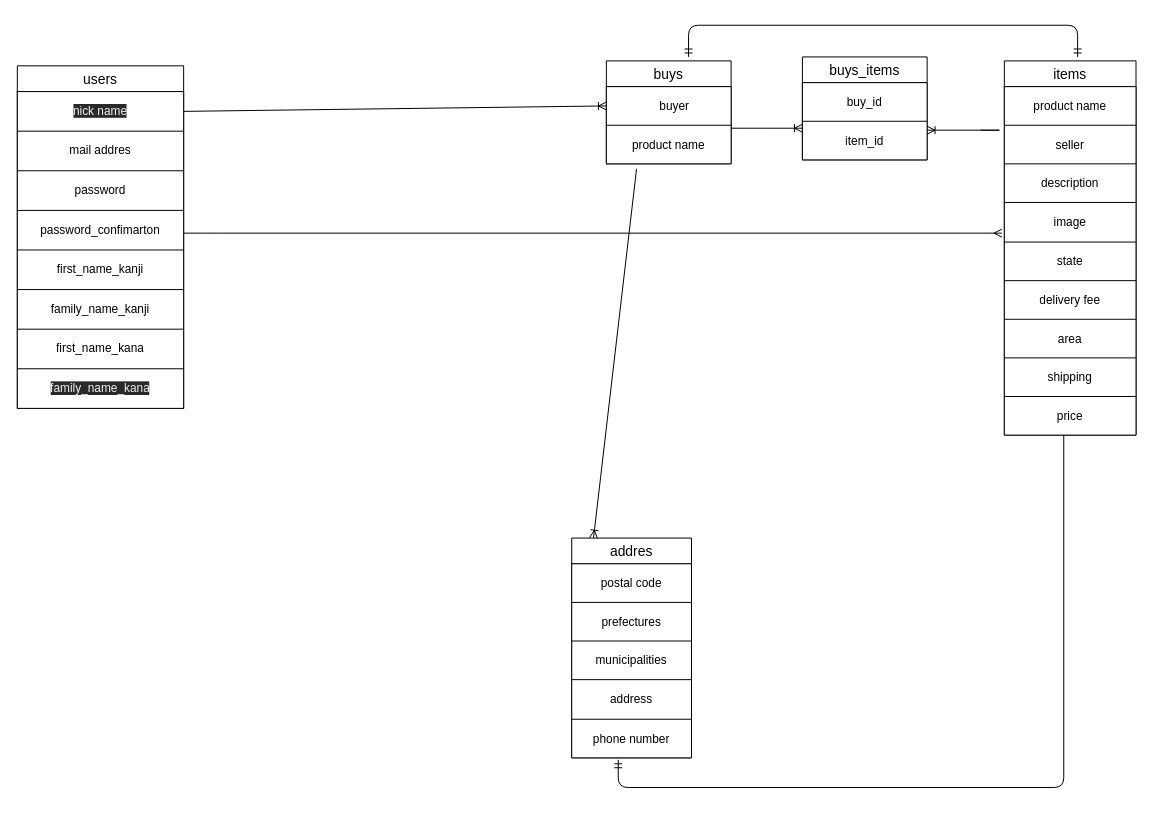
The draw.io diagram db.dio in Toya32/furima-31907, before the edit. Source tidied: cells renumbered, new cells numbered last; positions are measured from the earlier drawing's top-left corner, leaving out a move shared by most shapes. Both pictures are drawn from the tidied source at 99%, with x=0, y=0 at pixel (17, 25).
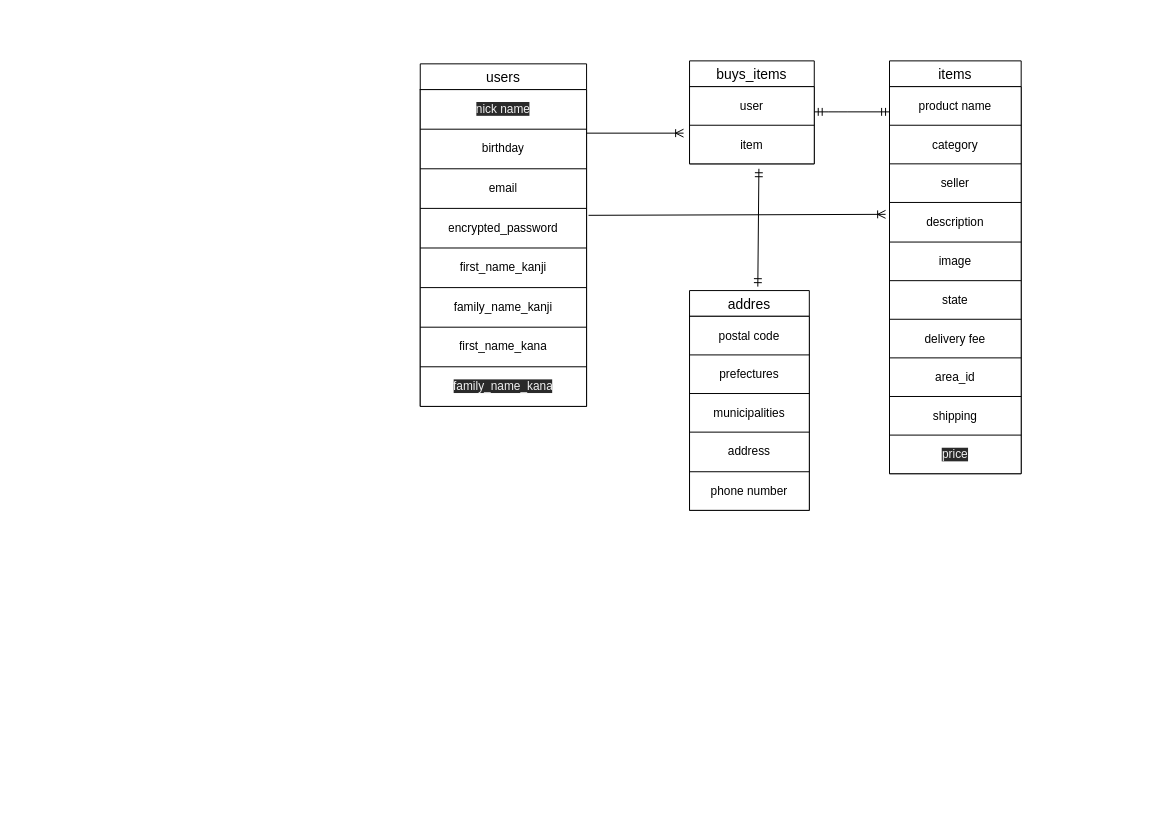
After the change.

Unchanged cells that the change refers to:
```xml
<mxCell id="4" style="shape=partialRectangle;html=1;whiteSpace=wrap;fillColor=none;top=0;left=0;bottom=0;right=0;points=[[0,0.5],[1,0.5]];portConstraint=eastwest;" parent="3" vertex="1">
  <mxGeometry width="168" height="40" as="geometry" />
</mxCell>
<mxCell id="6" style="shape=partialRectangle;html=1;whiteSpace=wrap;fillColor=none;top=0;left=0;bottom=0;right=0;" parent="3" vertex="1">
  <mxGeometry y="40" width="168" height="40" as="geometry" />
</mxCell>
<mxCell id="8" style="shape=partialRectangle;html=1;whiteSpace=wrap;fillColor=none;top=0;left=0;bottom=0;right=0;" parent="3" vertex="1">
  <mxGeometry y="80" width="168" height="40" as="geometry" />
</mxCell>
<mxCell id="10" style="shape=partialRectangle;html=1;whiteSpace=wrap;fillColor=none;top=0;left=0;bottom=0;right=0;" parent="3" vertex="1">
  <mxGeometry y="120" width="168" height="40" as="geometry" />
</mxCell>
<mxCell id="37" style="shape=partialRectangle;html=1;whiteSpace=wrap;fillColor=none;top=0;left=0;bottom=0;right=0;" parent="34" vertex="1">
  <mxGeometry y="39" width="133" height="39" as="geometry" />
</mxCell>
<mxCell id="39" style="shape=partialRectangle;html=1;whiteSpace=wrap;fillColor=none;top=0;left=0;bottom=0;right=0;" parent="34" vertex="1">
  <mxGeometry y="78" width="133" height="39" as="geometry" />
</mxCell>
<mxCell id="41" style="shape=partialRectangle;html=1;whiteSpace=wrap;fillColor=none;top=0;left=0;bottom=0;right=0;points=[[0,0.5],[1,0.5]];portConstraint=eastwest;" parent="34" vertex="1">
  <mxGeometry y="117" width="133" height="40" as="geometry" />
</mxCell>
<mxCell id="43" style="shape=partialRectangle;html=1;whiteSpace=wrap;fillColor=none;top=0;left=0;bottom=0;right=0;" parent="34" vertex="1">
  <mxGeometry y="157" width="133" height="39" as="geometry" />
</mxCell>
<mxCell id="45" style="shape=partialRectangle;html=1;whiteSpace=wrap;fillColor=none;top=0;left=0;bottom=0;right=0;" parent="34" vertex="1">
  <mxGeometry y="196" width="133" height="39" as="geometry" />
</mxCell>
<mxCell id="47" style="shape=partialRectangle;html=1;whiteSpace=wrap;fillColor=none;top=0;left=0;bottom=0;right=0;" parent="34" vertex="1">
  <mxGeometry y="235" width="133" height="39" as="geometry" />
</mxCell>
<mxCell id="49" style="shape=partialRectangle;html=1;whiteSpace=wrap;fillColor=none;top=0;left=0;bottom=0;right=0;" parent="34" vertex="1">
  <mxGeometry y="274" width="133" height="39" as="geometry" />
</mxCell>
<mxCell id="51" style="shape=partialRectangle;html=1;whiteSpace=wrap;fillColor=none;top=0;left=0;bottom=0;right=0;" parent="34" vertex="1">
  <mxGeometry y="313" width="133" height="39" as="geometry" />
</mxCell>
<mxCell id="65" style="shape=partialRectangle;html=1;whiteSpace=wrap;fillColor=none;top=0;left=0;bottom=0;right=0;" parent="64" vertex="1">
  <mxGeometry width="126" height="39" as="geometry" />
</mxCell>
<mxCell id="67" style="shape=partialRectangle;html=1;whiteSpace=wrap;fillColor=none;top=0;left=0;bottom=0;right=0;points=[[0,0.5],[1,0.5]];portConstraint=eastwest;" parent="64" vertex="1">
  <mxGeometry y="39" width="126" height="39" as="geometry" />
</mxCell>
```

Diff of the diagram source:
```diff
@@
     <mxCell id="2" value="users" style="swimlane;fontStyle=0;horizontal=1;startSize=26;align=center;fontSize=14;" parent="1" vertex="1">
-      <mxGeometry y="41" width="168" height="346" as="geometry" />
+      <mxGeometry x="407" y="39" width="168" height="346" as="geometry" />
     </mxCell>
+    <mxCell id="71" style="fontSize=12;html=1;endArrow=ERoneToMany;entryX=-0.048;entryY=0.205;entryDx=0;entryDy=0;entryPerimeter=0;" parent="2" edge="1" target="67">
+      <mxGeometry relative="1" as="geometry">
+        <mxPoint x="166" y="70" as="sourcePoint" />
+      </mxGeometry>
+    </mxCell>
@@
-    <mxCell id="7" value="&lt;span style=&quot;text-align: left&quot;&gt;mail addres&lt;/span&gt;" style="shape=partialRectangle;html=1;whiteSpace=wrap;overflow=hidden;fillColor=none;top=0;left=0;bottom=0;right=0;" parent="6" vertex="1">
+    <mxCell id="7" value="&lt;span style=&quot;text-align: left&quot;&gt;birthday&lt;/span&gt;" style="shape=partialRectangle;html=1;whiteSpace=wrap;overflow=hidden;fillColor=none;top=0;left=0;bottom=0;right=0;" parent="6" vertex="1">
       <mxGeometry width="168" height="40" as="geometry" />
     </mxCell>
@@
-    <mxCell id="9" value="&lt;span style=&quot;text-align: left&quot;&gt;password&lt;/span&gt;" style="shape=partialRectangle;html=1;whiteSpace=wrap;overflow=hidden;fillColor=none;top=0;left=0;bottom=0;right=0;" parent="8" vertex="1">
+    <mxCell id="9" value="email" style="shape=partialRectangle;html=1;whiteSpace=wrap;overflow=hidden;fillColor=none;top=0;left=0;bottom=0;right=0;" parent="8" vertex="1">
       <mxGeometry width="168" height="40" as="geometry" />
     </mxCell>
@@
-    <mxCell id="11" value="password_confimarton" style="shape=partialRectangle;html=1;whiteSpace=wrap;overflow=hidden;fillColor=none;top=0;left=0;bottom=0;right=0;" parent="10" vertex="1">
+    <mxCell id="11" value="&lt;span style=&quot;text-align: left&quot;&gt;encrypted_password&lt;/span&gt;" style="shape=partialRectangle;html=1;whiteSpace=wrap;overflow=hidden;fillColor=none;top=0;left=0;bottom=0;right=0;" parent="10" vertex="1">
       <mxGeometry width="168" height="40" as="geometry" />
     </mxCell>
@@
     <mxCell id="20" value="addres" style="swimlane;fontStyle=0;horizontal=1;startSize=26;align=center;fontSize=14;" parent="1" vertex="1">
-      <mxGeometry x="560" y="518" width="121" height="222" as="geometry" />
+      <mxGeometry x="679" y="268" width="121" height="222" as="geometry" />
     </mxCell>
@@
-    <mxCell id="32" style="fontSize=12;html=1;endArrow=ERmandOne;startArrow=ERmandOne;edgeStyle=orthogonalEdgeStyle;" parent="20" edge="1">
-      <mxGeometry relative="1" as="geometry">
-        <mxPoint x="47" y="224" as="sourcePoint" />
-        <mxPoint x="497" y="-139" as="targetPoint" />
-        <Array as="points">
-          <mxPoint x="47" y="252" />
-          <mxPoint x="497" y="252" />
-        </Array>
-      </mxGeometry>
-    </mxCell>
     <mxCell id="33" value="items" style="swimlane;fontStyle=0;horizontal=1;startSize=26;align=center;fontSize=14;" parent="1" vertex="1">
-      <mxGeometry x="997" y="36" width="133" height="378" as="geometry" />
+      <mxGeometry x="881" y="36" width="133" height="417" as="geometry" />
     </mxCell>
     <mxCell id="34" style="shape=table;html=1;whiteSpace=wrap;startSize=0;childLayout=tableLayout;" parent="33" vertex="1">
-      <mxGeometry y="26" width="133" height="352" as="geometry" />
+      <mxGeometry y="26" width="133" height="391" as="geometry" />
     </mxCell>
@@
-    <mxCell id="38" value="seller" style="shape=partialRectangle;html=1;whiteSpace=wrap;overflow=hidden;fillColor=none;top=0;left=0;bottom=0;right=0;" parent="37" vertex="1">
+    <mxCell id="38" value="category" style="shape=partialRectangle;html=1;whiteSpace=wrap;overflow=hidden;fillColor=none;top=0;left=0;bottom=0;right=0;" parent="37" vertex="1">
       <mxGeometry width="133" height="39" as="geometry" />
     </mxCell>
@@
-    <mxCell id="40" value="description" style="shape=partialRectangle;html=1;whiteSpace=wrap;overflow=hidden;fillColor=none;top=0;left=0;bottom=0;right=0;" parent="39" vertex="1">
+    <mxCell id="40" value="seller" style="shape=partialRectangle;html=1;whiteSpace=wrap;overflow=hidden;fillColor=none;top=0;left=0;bottom=0;right=0;" parent="39" vertex="1">
       <mxGeometry width="133" height="39" as="geometry" />
     </mxCell>
@@
-    <mxCell id="42" value="image" style="shape=partialRectangle;html=1;whiteSpace=wrap;overflow=hidden;fillColor=none;top=0;left=0;bottom=0;right=0;" parent="41" vertex="1">
+    <mxCell id="42" value="description" style="shape=partialRectangle;html=1;whiteSpace=wrap;overflow=hidden;fillColor=none;top=0;left=0;bottom=0;right=0;" parent="41" vertex="1">
       <mxGeometry width="133" height="40" as="geometry" />
     </mxCell>
@@
-    <mxCell id="44" value="state" style="shape=partialRectangle;html=1;whiteSpace=wrap;overflow=hidden;fillColor=none;top=0;left=0;bottom=0;right=0;" parent="43" vertex="1">
+    <mxCell id="44" value="image" style="shape=partialRectangle;html=1;whiteSpace=wrap;overflow=hidden;fillColor=none;top=0;left=0;bottom=0;right=0;" parent="43" vertex="1">
       <mxGeometry width="133" height="39" as="geometry" />
     </mxCell>
@@
-    <mxCell id="46" value="delivery fee" style="shape=partialRectangle;html=1;whiteSpace=wrap;overflow=hidden;fillColor=none;top=0;left=0;bottom=0;right=0;" parent="45" vertex="1">
+    <mxCell id="46" value="state" style="shape=partialRectangle;html=1;whiteSpace=wrap;overflow=hidden;fillColor=none;top=0;left=0;bottom=0;right=0;" parent="45" vertex="1">
       <mxGeometry width="133" height="39" as="geometry" />
     </mxCell>
@@
-    <mxCell id="48" value="area" style="shape=partialRectangle;html=1;whiteSpace=wrap;overflow=hidden;fillColor=none;top=0;left=0;bottom=0;right=0;" parent="47" vertex="1">
+    <mxCell id="48" value="delivery fee" style="shape=partialRectangle;html=1;whiteSpace=wrap;overflow=hidden;fillColor=none;top=0;left=0;bottom=0;right=0;" parent="47" vertex="1">
       <mxGeometry width="133" height="39" as="geometry" />
     </mxCell>
@@
-    <mxCell id="50" value="shipping" style="shape=partialRectangle;html=1;whiteSpace=wrap;overflow=hidden;fillColor=none;top=0;left=0;bottom=0;right=0;" parent="49" vertex="1">
+    <mxCell id="50" value="area_id" style="shape=partialRectangle;html=1;whiteSpace=wrap;overflow=hidden;fillColor=none;top=0;left=0;bottom=0;right=0;" parent="49" vertex="1">
       <mxGeometry width="133" height="39" as="geometry" />
     </mxCell>
@@
-    <mxCell id="52" value="price" style="shape=partialRectangle;html=1;whiteSpace=wrap;overflow=hidden;fillColor=none;top=0;left=0;bottom=0;right=0;" parent="51" vertex="1">
+    <mxCell id="52" value="shipping" style="shape=partialRectangle;html=1;whiteSpace=wrap;overflow=hidden;fillColor=none;top=0;left=0;bottom=0;right=0;" parent="51" vertex="1">
       <mxGeometry width="133" height="39" as="geometry" />
     </mxCell>
-    <mxCell id="53" value="buys" style="swimlane;fontStyle=0;horizontal=1;startSize=26;align=center;fontSize=14;" parent="1" vertex="1">
-      <mxGeometry x="595" y="36" width="126" height="104" as="geometry" />
-    </mxCell>
-    <mxCell id="54" style="shape=table;html=1;whiteSpace=wrap;startSize=0;childLayout=tableLayout;" parent="53" vertex="1">
-      <mxGeometry y="26" width="126" height="78" as="geometry" />
-    </mxCell>
-    <mxCell id="55" style="shape=partialRectangle;html=1;whiteSpace=wrap;fillColor=none;top=0;left=0;bottom=0;right=0;points=[[0,0.5],[1,0.5]];portConstraint=eastwest;" parent="54" vertex="1">
-      <mxGeometry width="126" height="39" as="geometry" />
-    </mxCell>
-    <mxCell id="56" value="　buyer" style="shape=partialRectangle;html=1;whiteSpace=wrap;overflow=hidden;fillColor=none;top=0;left=0;bottom=0;right=0;" parent="55" vertex="1">
-      <mxGeometry width="126" height="39" as="geometry" />
-    </mxCell>
-    <mxCell id="57" style="shape=partialRectangle;html=1;whiteSpace=wrap;fillColor=none;top=0;left=0;bottom=0;right=0;" parent="54" vertex="1">
-      <mxGeometry y="39" width="126" height="39" as="geometry" />
-    </mxCell>
-    <mxCell id="58" value="product name" style="shape=partialRectangle;html=1;whiteSpace=wrap;overflow=hidden;fillColor=none;top=0;left=0;bottom=0;right=0;" parent="57" vertex="1">
-      <mxGeometry width="126" height="39" as="geometry" />
-    </mxCell>
-    <mxCell id="59" style="fontSize=12;html=1;endArrow=ERoneToMany;entryX=0;entryY=0.5;entryDx=0;entryDy=0;exitX=1;exitY=0.5;exitDx=0;exitDy=0;" parent="1" edge="1" source="4" target="55">
-      <mxGeometry relative="1" as="geometry" />
-    </mxCell>
-    <mxCell id="60" style="edgeStyle=entityRelationEdgeStyle;fontSize=12;html=1;endArrow=ERmany;exitX=1;exitY=0.5;exitDx=0;exitDy=0;entryX=-0.019;entryY=0.692;entryDx=0;entryDy=0;entryPerimeter=0;endFill=0;" parent="1" edge="1">
-      <mxGeometry relative="1" as="geometry">
-        <mxPoint x="168" y="210" as="sourcePoint" />
-        <mxPoint x="994.5" y="210" as="targetPoint" />
-      </mxGeometry>
-    </mxCell>
-    <mxCell id="61" style="fontSize=12;html=1;endArrow=ERoneToMany;exitX=0.488;exitY=1.128;exitDx=0;exitDy=0;exitPerimeter=0;entryX=0.438;entryY=0;entryDx=0;entryDy=0;entryPerimeter=0;" parent="1" edge="1">
-      <mxGeometry relative="1" as="geometry">
-        <mxPoint x="625.5" y="145" as="sourcePoint" />
-        <mxPoint x="582" y="518" as="targetPoint" />
-      </mxGeometry>
-    </mxCell>
-    <mxCell id="62" style="fontSize=12;html=1;endArrow=ERmandOne;startArrow=ERmandOne;edgeStyle=orthogonalEdgeStyle;" parent="1" edge="1">
-      <mxGeometry relative="1" as="geometry">
-        <mxPoint x="678" y="32" as="sourcePoint" />
-        <mxPoint x="1071" y="32" as="targetPoint" />
-        <Array as="points">
-          <mxPoint x="678" />
-          <mxPoint x="1071" />
-        </Array>
-      </mxGeometry>
-    </mxCell>
+    <mxCell id="72" style="shape=partialRectangle;html=1;whiteSpace=wrap;fillColor=none;top=0;left=0;bottom=0;right=0;" parent="34" vertex="1">
+      <mxGeometry y="352" width="133" height="39" as="geometry" />
+    </mxCell>
+    <mxCell id="73" value="&lt;span style=&quot;color: rgb(240, 240, 240); font-family: helvetica; font-size: 12px; font-style: normal; font-weight: 400; letter-spacing: normal; text-align: center; text-indent: 0px; text-transform: none; word-spacing: 0px; background-color: rgb(42, 42, 42); display: inline; float: none;&quot;&gt;price&lt;/span&gt;" style="shape=partialRectangle;html=1;whiteSpace=wrap;overflow=hidden;fillColor=none;top=0;left=0;bottom=0;right=0;" parent="72" vertex="1">
+      <mxGeometry width="133" height="39" as="geometry" />
+    </mxCell>
     <mxCell id="63" value="buys_items" style="swimlane;fontStyle=0;horizontal=1;startSize=26;align=center;fontSize=14;" parent="1" vertex="1">
-      <mxGeometry x="793" y="32" width="126" height="104" as="geometry" />
+      <mxGeometry x="679" y="36" width="126" height="104" as="geometry" />
     </mxCell>
@@
-    <mxCell id="66" value="buy_id" style="shape=partialRectangle;html=1;whiteSpace=wrap;overflow=hidden;fillColor=none;top=0;left=0;bottom=0;right=0;" parent="65" vertex="1">
+    <mxCell id="66" value="user" style="shape=partialRectangle;html=1;whiteSpace=wrap;overflow=hidden;fillColor=none;top=0;left=0;bottom=0;right=0;" parent="65" vertex="1">
       <mxGeometry width="126" height="39" as="geometry" />
     </mxCell>
@@
-    <mxCell id="68" value="item_id" style="shape=partialRectangle;html=1;whiteSpace=wrap;overflow=hidden;fillColor=none;top=0;left=0;bottom=0;right=0;" parent="67" vertex="1">
+    <mxCell id="68" value="item" style="shape=partialRectangle;html=1;whiteSpace=wrap;overflow=hidden;fillColor=none;top=0;left=0;bottom=0;right=0;" parent="67" vertex="1">
       <mxGeometry width="126" height="39" as="geometry" />
     </mxCell>
-    <mxCell id="69" style="fontSize=12;html=1;endArrow=ERoneToMany;" parent="1" edge="1">
-      <mxGeometry relative="1" as="geometry">
-        <mxPoint x="721" y="104" as="sourcePoint" />
-        <mxPoint x="793" y="104" as="targetPoint" />
-        <Array as="points">
-          <mxPoint x="745" y="104" />
-        </Array>
-      </mxGeometry>
-    </mxCell>
-    <mxCell id="70" style="fontSize=12;html=1;endArrow=ERoneToMany;" parent="1" edge="1">
+    <mxCell id="70" style="fontSize=12;html=1;endArrow=ERmandOne;startArrow=ERmandOne;" parent="1" edge="1">
       <mxGeometry relative="1" as="geometry">
-        <mxPoint x="973" y="106" as="sourcePoint" />
-        <mxPoint x="919" y="106" as="targetPoint" />
+        <mxPoint x="805" y="87.5" as="sourcePoint" />
+        <mxPoint x="881" y="87.5" as="targetPoint" />
         <Array as="points">
-          <mxPoint x="997" y="106" />
+          <mxPoint x="829" y="87.5" />
         </Array>
       </mxGeometry>
     </mxCell>
+    <mxCell id="74" style="fontSize=12;html=1;endArrow=ERoneToMany;entryX=-0.03;entryY=0.3;entryDx=0;entryDy=0;entryPerimeter=0;" parent="1" edge="1" target="41">
+      <mxGeometry relative="1" as="geometry">
+        <mxPoint x="577" y="192" as="sourcePoint" />
+      </mxGeometry>
+    </mxCell>
+    <mxCell id="75" style="fontSize=12;html=1;endArrow=ERmandOne;startArrow=ERmandOne;entryX=0.556;entryY=1.128;entryDx=0;entryDy=0;entryPerimeter=0;exitX=0.57;exitY=-0.018;exitDx=0;exitDy=0;exitPerimeter=0;" parent="1" edge="1" source="20" target="67">
+      <mxGeometry relative="1" as="geometry" />
+    </mxCell>
```
